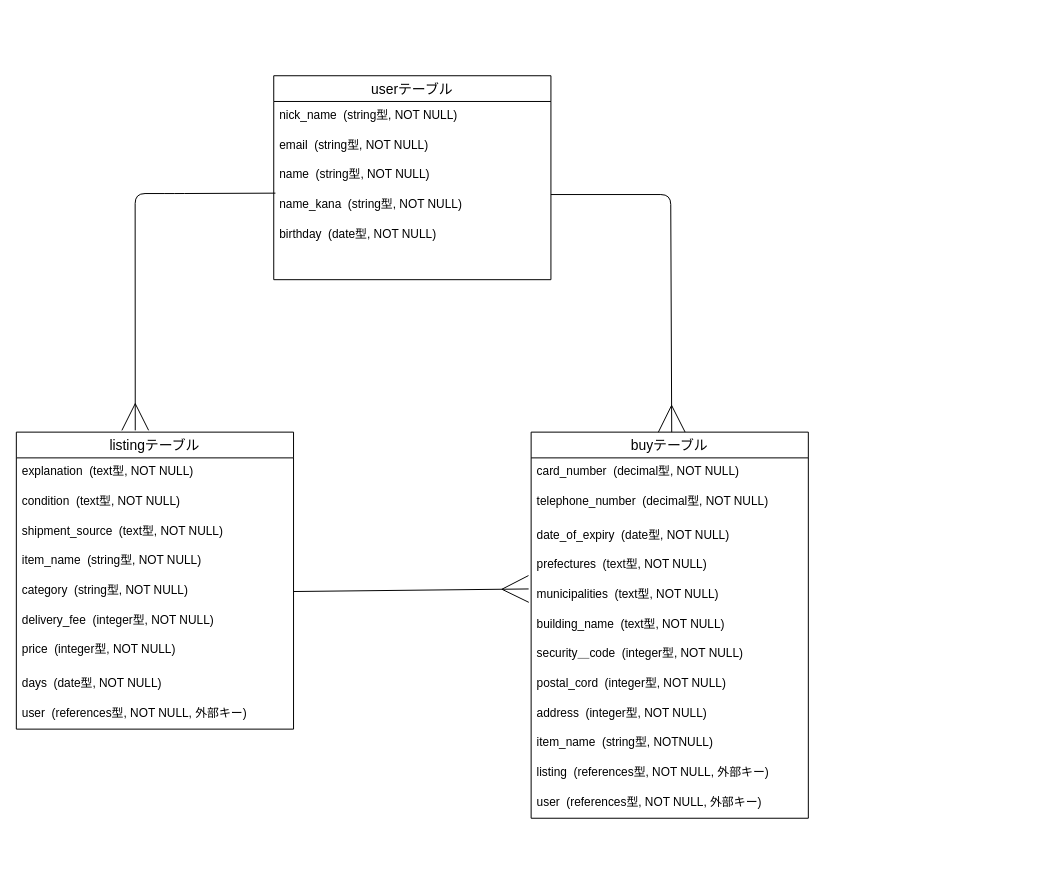
Before: furima.dio in Ryuuichirou/furima-37176, a draw.io diagram. Source tidied: cells renumbered, new cells numbered last; positions are measured from the earlier drawing's top-left corner, leaving out a move shared by most shapes. Both pictures are drawn from the tidied source at 99%, with x=0, y=0 at pixel (16, 75).
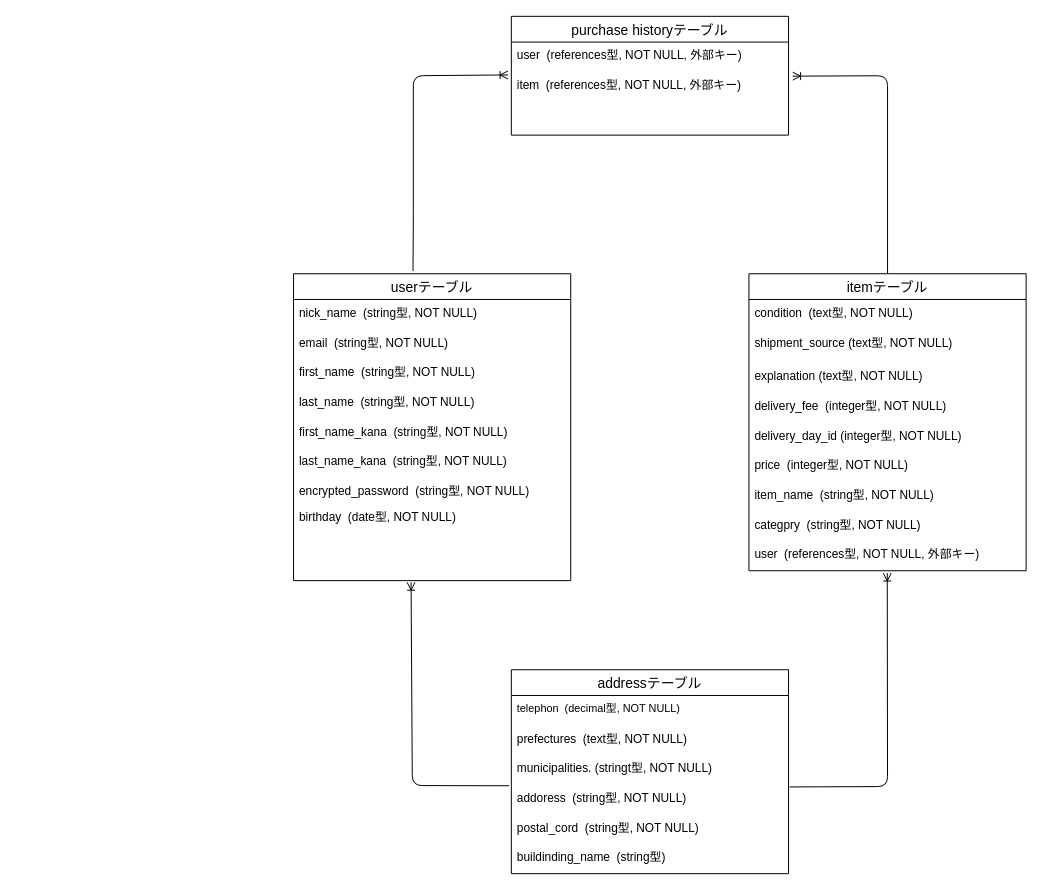
After the change.

The edit, as a diff of the source:
```diff
@@
-    <mxCell id="2" style="edgeStyle=none;html=1;endArrow=ERmany;endFill=0;exitX=0.006;exitY=0.959;exitDx=0;exitDy=0;exitPerimeter=0;endSize=25;entryX=0.429;entryY=-0.006;entryDx=0;entryDy=0;entryPerimeter=0;" parent="1" edge="1" target="9">
-      <mxGeometry relative="1" as="geometry">
-        <mxPoint x="261.7" y="118.6" as="sourcePoint" />
-        <Array as="points">
-          <mxPoint x="160" y="119" />
-          <mxPoint x="120" y="119" />
-        </Array>
-      </mxGeometry>
-    </mxCell>
+    <mxCell id="34" style="edgeStyle=none;html=1;exitX=0.431;exitY=-0.009;exitDx=0;exitDy=0;fontSize=11;exitPerimeter=0;entryX=-0.012;entryY=0.05;entryDx=0;entryDy=0;entryPerimeter=0;endArrow=ERoneToMany;endFill=0;" parent="1" edge="1" source="3" target="43">
+      <mxGeometry relative="1" as="geometry">
+        <Array as="points">
+          <mxPoint x="401" y="150" />
+          <mxPoint x="401" />
+        </Array>
+      </mxGeometry>
+    </mxCell>
     <mxCell id="3" value="userテーブル" style="swimlane;fontStyle=0;horizontal=1;startSize=26;align=center;fontSize=14;" parent="1" vertex="1">
-      <mxGeometry x="260" width="280" height="206" as="geometry" />
+      <mxGeometry x="280" y="200" width="280" height="310" as="geometry" />
     </mxCell>
@@
-    <mxCell id="6" value="name  (string型, NOT NULL)" style="text;strokeColor=none;fillColor=none;spacingLeft=4;spacingRight=4;overflow=hidden;fontSize=12;align=left;" parent="3" vertex="1">
+    <mxCell id="6" value="first_name  (string型, NOT NULL)" style="text;strokeColor=none;fillColor=none;spacingLeft=4;spacingRight=4;overflow=hidden;fontSize=12;align=left;" parent="3" vertex="1">
       <mxGeometry y="86" width="280" height="30" as="geometry" />
     </mxCell>
-    <mxCell id="7" value="name_kana  (string型, NOT NULL)" style="text;strokeColor=none;fillColor=none;spacingLeft=4;spacingRight=4;overflow=hidden;fontSize=12;align=left;" parent="3" vertex="1">
+    <mxCell id="7" value="last_name  (string型, NOT NULL)" style="text;strokeColor=none;fillColor=none;spacingLeft=4;spacingRight=4;overflow=hidden;fontSize=12;align=left;" parent="3" vertex="1">
       <mxGeometry y="116" width="280" height="30" as="geometry" />
     </mxCell>
+    <mxCell id="35" value="first_name_kana  (string型, NOT NULL)" style="text;strokeColor=none;fillColor=none;spacingLeft=4;spacingRight=4;overflow=hidden;fontSize=12;" parent="3" vertex="1">
+      <mxGeometry y="146" width="280" height="30" as="geometry" />
+    </mxCell>
+    <mxCell id="36" value="last_name_kana  (string型, NOT NULL)" style="text;strokeColor=none;fillColor=none;spacingLeft=4;spacingRight=4;overflow=hidden;fontSize=12;" parent="3" vertex="1">
+      <mxGeometry y="176" width="280" height="30" as="geometry" />
+    </mxCell>
+    <mxCell id="37" value="encrypted_password  (string型, NOT NULL)" style="text;strokeColor=none;fillColor=none;spacingLeft=4;spacingRight=4;overflow=hidden;fontSize=12;" parent="3" vertex="1">
+      <mxGeometry y="206" width="280" height="26" as="geometry" />
+    </mxCell>
     <mxCell id="8" value="birthday  (date型, NOT NULL)" style="text;strokeColor=none;fillColor=none;spacingLeft=4;spacingRight=4;overflow=hidden;points=[[0,0.5],[1,0.5]];portConstraint=eastwest;fontSize=12;align=left;" parent="3" vertex="1">
-      <mxGeometry y="146" width="280" height="60" as="geometry" />
+      <mxGeometry y="232" width="280" height="78" as="geometry" />
     </mxCell>
+    <mxCell id="38" style="edgeStyle=none;html=1;entryX=0.499;entryY=1.08;entryDx=0;entryDy=0;entryPerimeter=0;fontSize=11;endArrow=ERoneToMany;endFill=0;exitX=1.003;exitY=1.08;exitDx=0;exitDy=0;exitPerimeter=0;" parent="1" edge="1" source="12" target="28">
+      <mxGeometry relative="1" as="geometry">
+        <Array as="points">
+          <mxPoint x="880" y="718" />
+        </Array>
+      </mxGeometry>
+    </mxCell>
+    <mxCell id="39" style="edgeStyle=none;html=1;fontSize=11;endArrow=ERoneToMany;endFill=0;exitX=-0.008;exitY=0.04;exitDx=0;exitDy=0;exitPerimeter=0;entryX=0.424;entryY=1.021;entryDx=0;entryDy=0;entryPerimeter=0;" parent="1" edge="1" source="13" target="8">
+      <mxGeometry relative="1" as="geometry">
+        <Array as="points">
+          <mxPoint x="400" y="717" />
+        </Array>
+      </mxGeometry>
+    </mxCell>
-    <mxCell id="9" value="listingテーブル" style="swimlane;fontStyle=0;horizontal=1;startSize=26;align=center;fontSize=14;" parent="1" vertex="1">
-      <mxGeometry y="360" width="280" height="300" as="geometry" />
+    <mxCell id="9" value="addressテーブル" style="swimlane;fontStyle=0;horizontal=1;startSize=26;align=center;fontSize=14;" parent="1" vertex="1">
+      <mxGeometry x="500" y="600" width="280" height="206" as="geometry" />
     </mxCell>
-    <mxCell id="10" value="explanation  (text型, NOT NULL)" style="text;strokeColor=none;fillColor=none;spacingLeft=4;spacingRight=4;overflow=hidden;fontSize=12;align=left;" parent="9" vertex="1">
+    <mxCell id="10" value="telephon  (decimal型, NOT NULL)" style="text;strokeColor=none;fillColor=none;spacingLeft=4;spacingRight=4;overflow=hidden;fontSize=11;align=left;" parent="9" vertex="1">
       <mxGeometry y="26" width="280" height="30" as="geometry" />
     </mxCell>
-    <mxCell id="11" value="condition  (text型, NOT NULL)  " style="text;strokeColor=none;fillColor=none;spacingLeft=4;spacingRight=4;overflow=hidden;fontSize=12;" parent="9" vertex="1">
+    <mxCell id="11" value="prefectures  (text型, NOT NULL)  " style="text;strokeColor=none;fillColor=none;spacingLeft=4;spacingRight=4;overflow=hidden;fontSize=12;" parent="9" vertex="1">
       <mxGeometry y="56" width="280" height="30" as="geometry" />
     </mxCell>
-    <mxCell id="12" value="shipment_source  (text型, NOT NULL)" style="text;strokeColor=none;fillColor=none;spacingLeft=4;spacingRight=4;overflow=hidden;points=[[0,0.5],[1,0.5]];portConstraint=eastwest;fontSize=12;align=left;" parent="9" vertex="1">
+    <mxCell id="12" value="municipalities. (stringt型, NOT NULL)" style="text;strokeColor=none;fillColor=none;spacingLeft=4;spacingRight=4;overflow=hidden;points=[[0,0.5],[1,0.5]];portConstraint=eastwest;fontSize=12;align=left;" parent="9" vertex="1">
       <mxGeometry y="86" width="280" height="30" as="geometry" />
     </mxCell>
-    <mxCell id="13" value="item_name  (string型, NOT NULL)" style="text;strokeColor=none;fillColor=none;spacingLeft=4;spacingRight=4;overflow=hidden;points=[[0,0.5],[1,0.5]];portConstraint=eastwest;fontSize=12;" parent="9" vertex="1">
+    <mxCell id="13" value="addoress  (string型, NOT NULL)" style="text;strokeColor=none;fillColor=none;spacingLeft=4;spacingRight=4;overflow=hidden;points=[[0,0.5],[1,0.5]];portConstraint=eastwest;fontSize=12;" parent="9" vertex="1">
       <mxGeometry y="116" width="280" height="30" as="geometry" />
     </mxCell>
-    <mxCell id="14" value="category  (string型, NOT NULL)" style="text;strokeColor=none;fillColor=none;spacingLeft=4;spacingRight=4;overflow=hidden;points=[[0,0.5],[1,0.5]];portConstraint=eastwest;fontSize=12;align=left;" parent="9" vertex="1">
+    <mxCell id="14" value="postal_cord  (string型, NOT NULL)" style="text;strokeColor=none;fillColor=none;spacingLeft=4;spacingRight=4;overflow=hidden;points=[[0,0.5],[1,0.5]];portConstraint=eastwest;fontSize=12;align=left;" parent="9" vertex="1">
       <mxGeometry y="146" width="280" height="30" as="geometry" />
     </mxCell>
-    <mxCell id="15" value="delivery_fee  (integer型, NOT NULL)  " style="text;strokeColor=none;fillColor=none;spacingLeft=4;spacingRight=4;overflow=hidden;fontSize=12;align=left;" parent="9" vertex="1">
+    <mxCell id="15" value="buildinding_name  (string型)  " style="text;strokeColor=none;fillColor=none;spacingLeft=4;spacingRight=4;overflow=hidden;fontSize=12;align=left;" parent="9" vertex="1">
       <mxGeometry y="176" width="280" height="30" as="geometry" />
     </mxCell>
-    <mxCell id="16" value="price  (integer型, NOT NULL)" style="text;strokeColor=none;fillColor=none;spacingLeft=4;spacingRight=4;overflow=hidden;fontSize=12;" parent="9" vertex="1">
-      <mxGeometry y="206" width="280" height="34" as="geometry" />
-    </mxCell>
-    <mxCell id="17" value="days  (date型, NOT NULL)" style="text;strokeColor=none;fillColor=none;spacingLeft=4;spacingRight=4;overflow=hidden;fontSize=12;align=left;" parent="9" vertex="1">
-      <mxGeometry y="240" width="280" height="30" as="geometry" />
-    </mxCell>
-    <mxCell id="18" value="user  (references型, NOT NULL, 外部キー)" style="text;strokeColor=none;fillColor=none;spacingLeft=4;spacingRight=4;overflow=hidden;fontSize=12;" parent="9" vertex="1">
-      <mxGeometry y="270" width="280" height="30" as="geometry" />
-    </mxCell>
+    <mxCell id="40" style="edgeStyle=none;html=1;entryX=1.015;entryY=0.069;entryDx=0;entryDy=0;entryPerimeter=0;fontSize=11;endArrow=ERoneToMany;endFill=0;" parent="1" edge="1" source="19" target="43">
+      <mxGeometry relative="1" as="geometry">
+        <Array as="points">
+          <mxPoint x="880" />
+        </Array>
+      </mxGeometry>
+    </mxCell>
-    <mxCell id="19" value="buyテーブル" style="swimlane;fontStyle=0;horizontal=1;startSize=26;align=center;fontSize=14;" parent="1" vertex="1">
-      <mxGeometry x="520" y="360" width="280" height="390" as="geometry" />
+    <mxCell id="19" value="itemテーブル" style="swimlane;fontStyle=0;horizontal=1;startSize=26;align=center;fontSize=14;" parent="1" vertex="1">
+      <mxGeometry x="740" y="200" width="280" height="300" as="geometry" />
     </mxCell>
-    <mxCell id="20" value="card_number  (decimal型, NOT NULL)" style="text;strokeColor=none;fillColor=none;spacingLeft=4;spacingRight=4;overflow=hidden;fontSize=12;align=left;" parent="19" vertex="1">
+    <mxCell id="20" value="condition  (text型, NOT NULL)" style="text;strokeColor=none;fillColor=none;spacingLeft=4;spacingRight=4;overflow=hidden;fontSize=12;align=left;" parent="19" vertex="1">
       <mxGeometry y="26" width="280" height="30" as="geometry" />
     </mxCell>
-    <mxCell id="21" value="telephone_number  (decimal型, NOT NULL)" style="text;strokeColor=none;fillColor=none;spacingLeft=4;spacingRight=4;overflow=hidden;fontSize=12;" parent="19" vertex="1">
+    <mxCell id="21" value="shipment_source (text型, NOT NULL)" style="text;strokeColor=none;fillColor=none;spacingLeft=4;spacingRight=4;overflow=hidden;fontSize=12;" parent="19" vertex="1">
       <mxGeometry y="56" width="280" height="34" as="geometry" />
     </mxCell>
-    <mxCell id="22" value="date_of_expiry  (date型, NOT NULL)" style="text;strokeColor=none;fillColor=none;spacingLeft=4;spacingRight=4;overflow=hidden;fontSize=12;align=left;" parent="19" vertex="1">
+    <mxCell id="22" value="explanation (text型, NOT NULL)" style="text;strokeColor=none;fillColor=none;spacingLeft=4;spacingRight=4;overflow=hidden;fontSize=12;align=left;" parent="19" vertex="1">
       <mxGeometry y="90" width="280" height="30" as="geometry" />
     </mxCell>
-    <mxCell id="23" value="prefectures  (text型, NOT NULL)" style="text;strokeColor=none;fillColor=none;spacingLeft=4;spacingRight=4;overflow=hidden;fontSize=12;align=left;" parent="19" vertex="1">
+    <mxCell id="23" value="delivery_fee  (integer型, NOT NULL)" style="text;strokeColor=none;fillColor=none;spacingLeft=4;spacingRight=4;overflow=hidden;fontSize=12;align=left;" parent="19" vertex="1">
       <mxGeometry y="120" width="280" height="30" as="geometry" />
     </mxCell>
-    <mxCell id="24" value="municipalities  (text型, NOT NULL)" style="text;strokeColor=none;fillColor=none;spacingLeft=4;spacingRight=4;overflow=hidden;points=[[0,0.5],[1,0.5]];portConstraint=eastwest;fontSize=12;align=left;" parent="19" vertex="1">
+    <mxCell id="24" value="delivery_day_id (integer型, NOT NULL)" style="text;strokeColor=none;fillColor=none;spacingLeft=4;spacingRight=4;overflow=hidden;points=[[0,0.5],[1,0.5]];portConstraint=eastwest;fontSize=12;align=left;" parent="19" vertex="1">
       <mxGeometry y="150" width="280" height="30" as="geometry" />
     </mxCell>
-    <mxCell id="25" value="building_name  (text型, NOT NULL)" style="text;strokeColor=none;fillColor=none;spacingLeft=4;spacingRight=4;overflow=hidden;fontSize=12;" parent="19" vertex="1">
+    <mxCell id="25" value="price  (integer型, NOT NULL)" style="text;strokeColor=none;fillColor=none;spacingLeft=4;spacingRight=4;overflow=hidden;fontSize=12;" parent="19" vertex="1">
       <mxGeometry y="180" width="280" height="30" as="geometry" />
     </mxCell>
-    <mxCell id="26" value="security＿code  (integer型, NOT NULL)" style="text;strokeColor=none;fillColor=none;spacingLeft=4;spacingRight=4;overflow=hidden;fontSize=12;align=left;" parent="19" vertex="1">
+    <mxCell id="26" value="item_name  (string型, NOT NULL)" style="text;strokeColor=none;fillColor=none;spacingLeft=4;spacingRight=4;overflow=hidden;fontSize=12;align=left;" parent="19" vertex="1">
       <mxGeometry y="210" width="280" height="30" as="geometry" />
     </mxCell>
-    <mxCell id="27" value="postal_cord  (integer型, NOT NULL)" style="text;strokeColor=none;fillColor=none;spacingLeft=4;spacingRight=4;overflow=hidden;fontSize=12;align=left;" parent="19" vertex="1">
+    <mxCell id="27" value="categpry  (string型, NOT NULL)" style="text;strokeColor=none;fillColor=none;spacingLeft=4;spacingRight=4;overflow=hidden;fontSize=12;align=left;" parent="19" vertex="1">
       <mxGeometry y="240" width="280" height="30" as="geometry" />
     </mxCell>
-    <mxCell id="28" value="address  (integer型, NOT NULL)" style="text;strokeColor=none;fillColor=none;spacingLeft=4;spacingRight=4;overflow=hidden;points=[[0,0.5],[1,0.5]];portConstraint=eastwest;fontSize=12;align=left;" parent="19" vertex="1">
+    <mxCell id="28" value="user  (references型, NOT NULL, 外部キー)" style="text;strokeColor=none;fillColor=none;spacingLeft=4;spacingRight=4;overflow=hidden;points=[[0,0.5],[1,0.5]];portConstraint=eastwest;fontSize=12;align=left;" parent="19" vertex="1">
       <mxGeometry y="270" width="280" height="30" as="geometry" />
     </mxCell>
-    <mxCell id="29" value="item_name  (string型, NOTNULL)" style="text;strokeColor=none;fillColor=none;spacingLeft=4;spacingRight=4;overflow=hidden;fontSize=12;" parent="19" vertex="1">
-      <mxGeometry y="300" width="280" height="30" as="geometry" />
-    </mxCell>
-    <mxCell id="30" value="listing  (references型, NOT NULL, 外部キー)" style="text;strokeColor=none;fillColor=none;spacingLeft=4;spacingRight=4;overflow=hidden;fontSize=12;" parent="19" vertex="1">
-      <mxGeometry y="330" width="280" height="30" as="geometry" />
-    </mxCell>
-    <mxCell id="31" value="user  (references型, NOT NULL, 外部キー)" style="text;strokeColor=none;fillColor=none;spacingLeft=4;spacingRight=4;overflow=hidden;fontSize=12;" parent="19" vertex="1">
-      <mxGeometry y="360" width="280" height="30" as="geometry" />
-    </mxCell>
-    <mxCell id="32" style="edgeStyle=none;html=1;endArrow=ERmany;endFill=0;endSize=25;" parent="1" edge="1">
-      <mxGeometry relative="1" as="geometry">
-        <mxPoint x="540" y="120" as="sourcePoint" />
-        <mxPoint x="662" y="360" as="targetPoint" />
-        <Array as="points">
-          <mxPoint x="661" y="120" />
-        </Array>
-      </mxGeometry>
-    </mxCell>
-    <mxCell id="33" style="edgeStyle=none;html=1;exitX=1;exitY=0.5;exitDx=0;exitDy=0;endArrow=ERmany;endFill=0;endSize=25;entryX=-0.009;entryY=0.28;entryDx=0;entryDy=0;entryPerimeter=0;" parent="1" edge="1" source="14" target="24">
-      <mxGeometry relative="1" as="geometry" />
-    </mxCell>
+    <mxCell id="41" value="purchase historyテーブル" style="swimlane;fontStyle=0;horizontal=1;startSize=26;align=center;fontSize=14;" parent="1" vertex="1">
+      <mxGeometry x="500" y="-60" width="280" height="120" as="geometry" />
+    </mxCell>
+    <mxCell id="42" value="user  (references型, NOT NULL, 外部キー)" style="text;strokeColor=none;fillColor=none;spacingLeft=4;spacingRight=4;overflow=hidden;fontSize=12;" parent="41" vertex="1">
+      <mxGeometry y="26" width="280" height="30" as="geometry" />
+    </mxCell>
+    <mxCell id="43" value="item  (references型, NOT NULL, 外部キー)" style="text;strokeColor=none;fillColor=none;spacingLeft=4;spacingRight=4;overflow=hidden;points=[[0,0.5],[1,0.5]];portConstraint=eastwest;fontSize=12;" parent="41" vertex="1">
+      <mxGeometry y="56" width="280" height="64" as="geometry" />
+    </mxCell>
```
